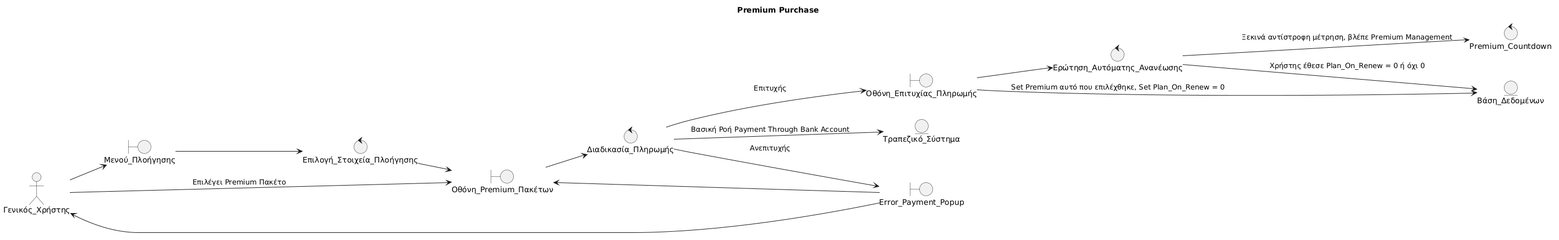
Before: Paradoteo_3/RobustnessDiagrams/PremiumPurchase.png, a diagram exported from PlantUML (RubenKingCP/Namify). Its diagram source:
```plantuml
@startuml
title Premium Purchase

left to right direction

skinparam shadowing false
skinparam roundcorner 10


actor Γενικός_Χρήστης


boundary Μενού_Πλοήγησης
boundary Οθόνη_Premium_Πακέτων
boundary Οθόνη_Επιτυχίας_Πληρωμής
boundary Error_Payment_Popup




control Επιλογή_Στοιχεία_Πλοήγησης
control Διαδικασία_Πληρωμής
control Ερώτηση_Αυτόματης_Ανανέωσης
control Premium_Countdown


entity Βάση_Δεδομένων
entity Τραπεζικό_Σύστημα

Γενικός_Χρήστης --> Μενού_Πλοήγησης
Μενού_Πλοήγησης --> Επιλογή_Στοιχεία_Πλοήγησης
Επιλογή_Στοιχεία_Πλοήγησης --> Οθόνη_Premium_Πακέτων
Γενικός_Χρήστης --> Οθόνη_Premium_Πακέτων : Επιλέγει Premium Πακέτο
Οθόνη_Premium_Πακέτων --> Διαδικασία_Πληρωμής
Διαδικασία_Πληρωμής --> Τραπεζικό_Σύστημα : Βασική Ροή Payment Through Bank Account
Διαδικασία_Πληρωμής --> Οθόνη_Επιτυχίας_Πληρωμής : Επιτυχής
Οθόνη_Επιτυχίας_Πληρωμής --> Βάση_Δεδομένων : Set Premium αυτό που επιλέχθηκε, Set Plan_On_Renew = 0
Διαδικασία_Πληρωμής --> Error_Payment_Popup : Ανεπιτυχής
Error_Payment_Popup --> Γενικός_Χρήστης
Error_Payment_Popup --> Οθόνη_Premium_Πακέτων
Οθόνη_Επιτυχίας_Πληρωμής --> Ερώτηση_Αυτόματης_Ανανέωσης
Ερώτηση_Αυτόματης_Ανανέωσης -->  Βάση_Δεδομένων : Χρήστης έθεσε Plan_On_Renew = 0 ή όχι 0
Ερώτηση_Αυτόματης_Ανανέωσης --> Premium_Countdown : Ξεκινά αντίστροφη μέτρηση, βλέπε Premium Management
@enduml
```
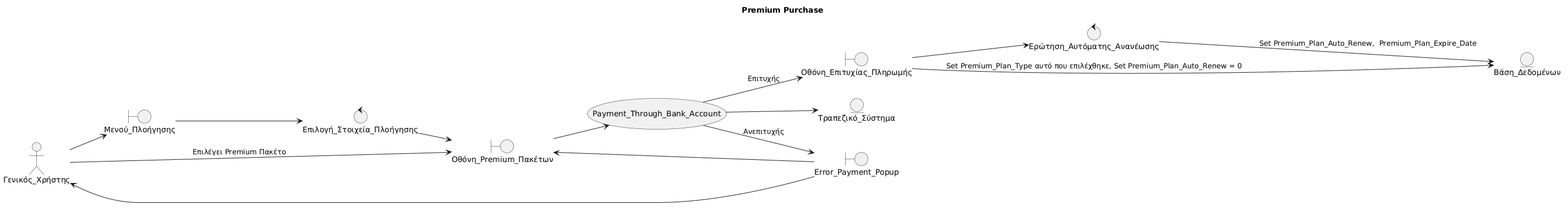
Above is the later version.

Commit message:
Patch for premium robustness

Change to the diagram source:
```diff
@@ -19,26 +19,27 @@
 
 
 control Επιλογή_Στοιχεία_Πλοήγησης
-control Διαδικασία_Πληρωμής
 control Ερώτηση_Αυτόματης_Ανανέωσης
-control Premium_Countdown
 
 
 entity Βάση_Δεδομένων
 entity Τραπεζικό_Σύστημα
 
+
+
+usecase Payment_Through_Bank_Account
+
 Γενικός_Χρήστης --> Μενού_Πλοήγησης
 Μενού_Πλοήγησης --> Επιλογή_Στοιχεία_Πλοήγησης
 Επιλογή_Στοιχεία_Πλοήγησης --> Οθόνη_Premium_Πακέτων
 Γενικός_Χρήστης --> Οθόνη_Premium_Πακέτων : Επιλέγει Premium Πακέτο
-Οθόνη_Premium_Πακέτων --> Διαδικασία_Πληρωμής
-Διαδικασία_Πληρωμής --> Τραπεζικό_Σύστημα : Βασική Ροή Payment Through Bank Account
-Διαδικασία_Πληρωμής --> Οθόνη_Επιτυχίας_Πληρωμής : Επιτυχής
-Οθόνη_Επιτυχίας_Πληρωμής --> Βάση_Δεδομένων : Set Premium αυτό που επιλέχθηκε, Set Plan_On_Renew = 0
-Διαδικασία_Πληρωμής --> Error_Payment_Popup : Ανεπιτυχής
+Οθόνη_Premium_Πακέτων --> Payment_Through_Bank_Account
+Payment_Through_Bank_Account --> Τραπεζικό_Σύστημα
+Payment_Through_Bank_Account --> Οθόνη_Επιτυχίας_Πληρωμής : Επιτυχής
+Οθόνη_Επιτυχίας_Πληρωμής --> Βάση_Δεδομένων : Set Premium_Plan_Type αυτό που επιλέχθηκε, Set Premium_Plan_Auto_Renew = 0
+Payment_Through_Bank_Account --> Error_Payment_Popup : Ανεπιτυχής
 Error_Payment_Popup --> Γενικός_Χρήστης
 Error_Payment_Popup --> Οθόνη_Premium_Πακέτων
 Οθόνη_Επιτυχίας_Πληρωμής --> Ερώτηση_Αυτόματης_Ανανέωσης
-Ερώτηση_Αυτόματης_Ανανέωσης -->  Βάση_Δεδομένων : Χρήστης έθεσε Plan_On_Renew = 0 ή όχι 0
-Ερώτηση_Αυτόματης_Ανανέωσης --> Premium_Countdown : Ξεκινά αντίστροφη μέτρηση, βλέπε Premium Management
+Ερώτηση_Αυτόματης_Ανανέωσης -->  Βάση_Δεδομένων : Set Premium_Plan_Auto_Renew,  Premium_Plan_Expire_Date
 @enduml
```
